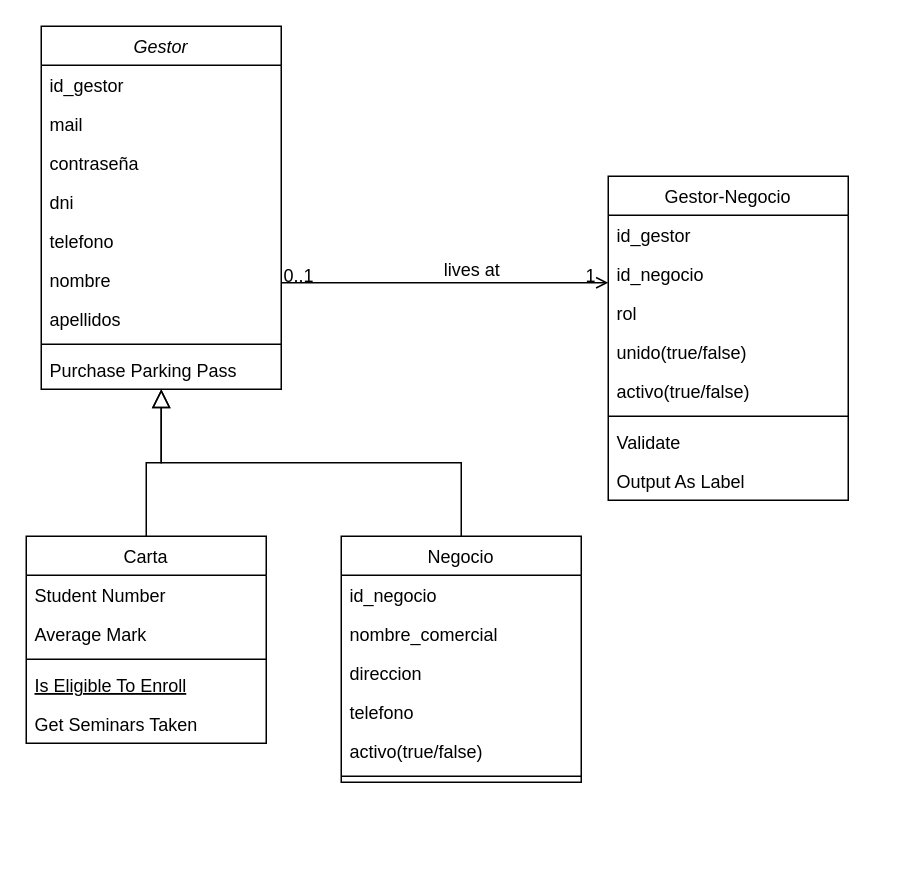
Above: Diagrama-clases_Cartapp.drawio in celia10335/Entorno_servidor (draw.io), before the change. Source tidied: cells renumbered, new cells numbered last; positions are measured from the earlier drawing's top-left corner, leaving out a move shared by most shapes. Both pictures are drawn from the tidied source at 150%, with x=0, y=0 at pixel (26, 26).
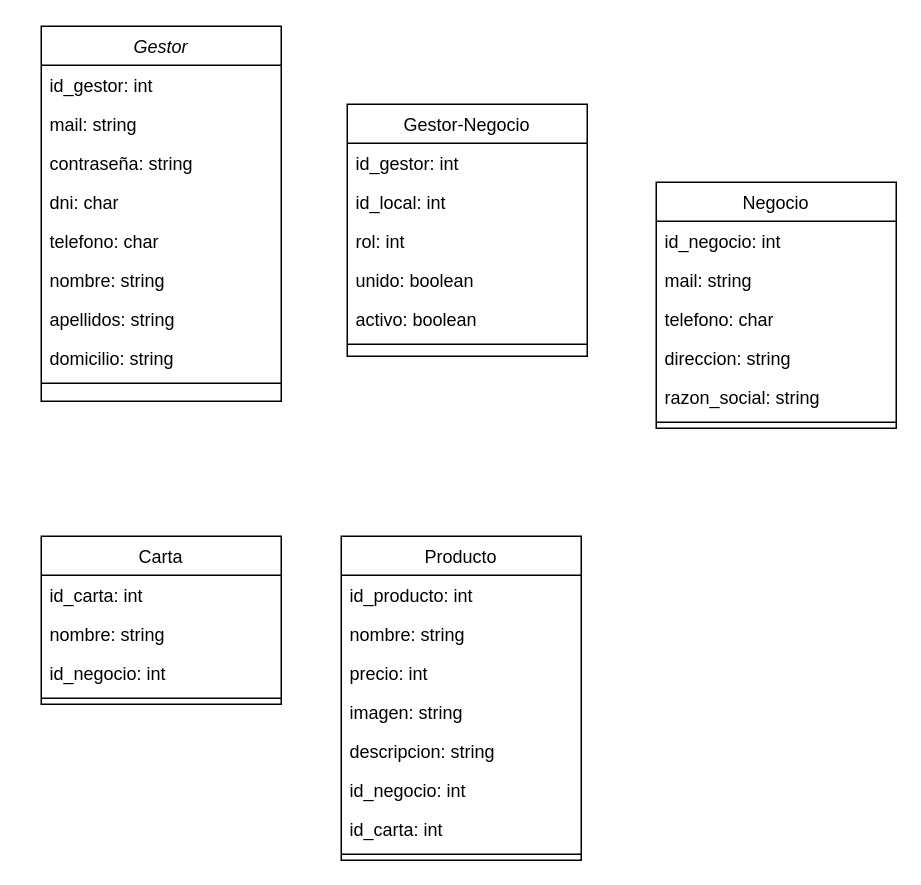
The same diagram, later.

Diff of the diagram source:
```diff
@@
     <mxCell id="2" value="Gestor" style="swimlane;fontStyle=2;align=center;verticalAlign=top;horizontal=1;startSize=26;rounded=0;shadow=0;strokeWidth=1;" parent="1" vertex="1">
-      <mxGeometry x="10" width="160" height="242" as="geometry" />
+      <mxGeometry x="10" width="160" height="250" as="geometry" />
     </mxCell>
-    <mxCell id="3" value="id_gestor" style="text;align=left;verticalAlign=top;spacingLeft=4;spacingRight=4;overflow=hidden;" parent="2" vertex="1">
+    <mxCell id="3" value="id_gestor: int" style="text;align=left;verticalAlign=top;spacingLeft=4;spacingRight=4;overflow=hidden;" parent="2" vertex="1">
       <mxGeometry y="26" width="160" height="26" as="geometry" />
     </mxCell>
-    <mxCell id="4" value="mail" style="text;align=left;verticalAlign=top;spacingLeft=4;spacingRight=4;overflow=hidden;rounded=0;shadow=0;html=0;" parent="2" vertex="1">
+    <mxCell id="4" value="mail: string" style="text;align=left;verticalAlign=top;spacingLeft=4;spacingRight=4;overflow=hidden;rounded=0;shadow=0;html=0;" parent="2" vertex="1">
       <mxGeometry y="52" width="160" height="26" as="geometry" />
     </mxCell>
-    <mxCell id="5" value="contraseña" style="text;align=left;verticalAlign=top;spacingLeft=4;spacingRight=4;overflow=hidden;rounded=0;shadow=0;html=0;" parent="2" vertex="1">
+    <mxCell id="5" value="contraseña: string" style="text;align=left;verticalAlign=top;spacingLeft=4;spacingRight=4;overflow=hidden;rounded=0;shadow=0;html=0;" parent="2" vertex="1">
       <mxGeometry y="78" width="160" height="26" as="geometry" />
     </mxCell>
-    <mxCell id="6" value="dni" style="text;align=left;verticalAlign=top;spacingLeft=4;spacingRight=4;overflow=hidden;rounded=0;shadow=0;html=0;" parent="2" vertex="1">
+    <mxCell id="6" value="dni: char" style="text;align=left;verticalAlign=top;spacingLeft=4;spacingRight=4;overflow=hidden;rounded=0;shadow=0;html=0;" parent="2" vertex="1">
       <mxGeometry y="104" width="160" height="26" as="geometry" />
     </mxCell>
-    <mxCell id="7" value="telefono" style="text;align=left;verticalAlign=top;spacingLeft=4;spacingRight=4;overflow=hidden;rounded=0;shadow=0;html=0;" parent="2" vertex="1">
+    <mxCell id="7" value="telefono: char" style="text;align=left;verticalAlign=top;spacingLeft=4;spacingRight=4;overflow=hidden;rounded=0;shadow=0;html=0;" parent="2" vertex="1">
       <mxGeometry y="130" width="160" height="26" as="geometry" />
     </mxCell>
-    <mxCell id="8" value="nombre" style="text;align=left;verticalAlign=top;spacingLeft=4;spacingRight=4;overflow=hidden;rounded=0;shadow=0;html=0;" parent="2" vertex="1">
+    <mxCell id="8" value="nombre: string" style="text;align=left;verticalAlign=top;spacingLeft=4;spacingRight=4;overflow=hidden;rounded=0;shadow=0;html=0;" parent="2" vertex="1">
       <mxGeometry y="156" width="160" height="26" as="geometry" />
     </mxCell>
+    <mxCell id="40" value="apellidos: string" style="text;align=left;verticalAlign=top;spacingLeft=4;spacingRight=4;overflow=hidden;rounded=0;shadow=0;html=0;" parent="2" vertex="1">
+      <mxGeometry y="182" width="160" height="26" as="geometry" />
+    </mxCell>
-    <mxCell id="9" value="apellidos" style="text;align=left;verticalAlign=top;spacingLeft=4;spacingRight=4;overflow=hidden;rounded=0;shadow=0;html=0;" parent="2" vertex="1">
-      <mxGeometry y="182" width="160" height="26" as="geometry" />
+    <mxCell id="9" value="domicilio: string" style="text;align=left;verticalAlign=top;spacingLeft=4;spacingRight=4;overflow=hidden;rounded=0;shadow=0;html=0;" parent="2" vertex="1">
+      <mxGeometry y="208" width="160" height="26" as="geometry" />
     </mxCell>
     <mxCell id="10" style="line;html=1;strokeWidth=1;align=left;verticalAlign=middle;spacingTop=-1;spacingLeft=3;spacingRight=3;labelPosition=right;" parent="2" vertex="1">
-      <mxGeometry y="208" width="160" height="8" as="geometry" />
+      <mxGeometry y="234" width="160" height="8" as="geometry" />
     </mxCell>
-    <mxCell id="11" value="Purchase Parking Pass" style="text;align=left;verticalAlign=top;spacingLeft=4;spacingRight=4;overflow=hidden;" parent="2" vertex="1">
-      <mxGeometry y="216" width="160" height="26" as="geometry" />
-    </mxCell>
     <mxCell id="12" value="Carta" style="swimlane;fontStyle=0;align=center;verticalAlign=top;horizontal=1;startSize=26;rounded=0;shadow=0;strokeWidth=1;" parent="1" vertex="1">
-      <mxGeometry y="340" width="160" height="138" as="geometry" />
+      <mxGeometry x="10" y="340" width="160" height="112" as="geometry" />
     </mxCell>
-    <mxCell id="13" value="Student Number" style="text;align=left;verticalAlign=top;spacingLeft=4;spacingRight=4;overflow=hidden;" parent="12" vertex="1">
+    <mxCell id="13" value="id_carta: int" style="text;align=left;verticalAlign=top;spacingLeft=4;spacingRight=4;overflow=hidden;" parent="12" vertex="1">
       <mxGeometry y="26" width="160" height="26" as="geometry" />
     </mxCell>
-    <mxCell id="14" value="Average Mark" style="text;align=left;verticalAlign=top;spacingLeft=4;spacingRight=4;overflow=hidden;rounded=0;shadow=0;html=0;" parent="12" vertex="1">
+    <mxCell id="14" value="nombre: string" style="text;align=left;verticalAlign=top;spacingLeft=4;spacingRight=4;overflow=hidden;rounded=0;shadow=0;html=0;" parent="12" vertex="1">
       <mxGeometry y="52" width="160" height="26" as="geometry" />
     </mxCell>
+    <mxCell id="41" value="id_negocio: int" style="text;align=left;verticalAlign=top;spacingLeft=4;spacingRight=4;overflow=hidden;rounded=0;shadow=0;html=0;" parent="12" vertex="1">
+      <mxGeometry y="78" width="160" height="26" as="geometry" />
+    </mxCell>
     <mxCell id="15" style="line;html=1;strokeWidth=1;align=left;verticalAlign=middle;spacingTop=-1;spacingLeft=3;spacingRight=3;labelPosition=right;" parent="12" vertex="1">
-      <mxGeometry y="78" width="160" height="8" as="geometry" />
+      <mxGeometry y="104" width="160" height="8" as="geometry" />
     </mxCell>
-    <mxCell id="16" value="Is Eligible To Enroll" style="text;align=left;verticalAlign=top;spacingLeft=4;spacingRight=4;overflow=hidden;fontStyle=4;" parent="12" vertex="1">
-      <mxGeometry y="86" width="160" height="26" as="geometry" />
-    </mxCell>
-    <mxCell id="17" value="Get Seminars Taken" style="text;align=left;verticalAlign=top;spacingLeft=4;spacingRight=4;overflow=hidden;" parent="12" vertex="1">
-      <mxGeometry y="112" width="160" height="26" as="geometry" />
-    </mxCell>
-    <mxCell id="18" style="endArrow=block;endSize=10;endFill=0;shadow=0;strokeWidth=1;rounded=0;edgeStyle=elbowEdgeStyle;elbow=vertical;" parent="1" edge="1" source="12" target="2">
-      <mxGeometry relative="1" as="geometry" />
-    </mxCell>
     <mxCell id="19" value="Negocio" style="swimlane;fontStyle=0;align=center;verticalAlign=top;horizontal=1;startSize=26;rounded=0;shadow=0;strokeWidth=1;" parent="1" vertex="1">
-      <mxGeometry x="210" y="340" width="160" height="164" as="geometry" />
+      <mxGeometry x="420" y="104" width="160" height="164" as="geometry" />
     </mxCell>
-    <mxCell id="20" value="id_negocio" style="text;align=left;verticalAlign=top;spacingLeft=4;spacingRight=4;overflow=hidden;" parent="19" vertex="1">
+    <mxCell id="20" value="id_negocio: int" style="text;align=left;verticalAlign=top;spacingLeft=4;spacingRight=4;overflow=hidden;" parent="19" vertex="1">
       <mxGeometry y="26" width="160" height="26" as="geometry" />
     </mxCell>
-    <mxCell id="21" value="nombre_comercial" style="text;align=left;verticalAlign=top;spacingLeft=4;spacingRight=4;overflow=hidden;" parent="19" vertex="1">
+    <mxCell id="21" value="mail: string" style="text;align=left;verticalAlign=top;spacingLeft=4;spacingRight=4;overflow=hidden;" parent="19" vertex="1">
       <mxGeometry y="52" width="160" height="26" as="geometry" />
     </mxCell>
-    <mxCell id="22" value="direccion" style="text;align=left;verticalAlign=top;spacingLeft=4;spacingRight=4;overflow=hidden;" parent="19" vertex="1">
-      <mxGeometry y="78" width="160" height="26" as="geometry" />
-    </mxCell>
-    <mxCell id="23" value="telefono" style="text;align=left;verticalAlign=top;spacingLeft=4;spacingRight=4;overflow=hidden;" parent="19" vertex="1">
-      <mxGeometry y="104" width="160" height="26" as="geometry" />
+    <mxCell id="23" value="telefono: char" style="text;align=left;verticalAlign=top;spacingLeft=4;spacingRight=4;overflow=hidden;" parent="19" vertex="1">
+      <mxGeometry y="78" width="160" height="26" as="geometry" />
     </mxCell>
-    <mxCell id="24" value="activo(true/false)" style="text;align=left;verticalAlign=top;spacingLeft=4;spacingRight=4;overflow=hidden;" parent="19" vertex="1">
-      <mxGeometry y="130" width="160" height="26" as="geometry" />
-    </mxCell>
+    <mxCell id="42" value="direccion: string" style="text;align=left;verticalAlign=top;spacingLeft=4;spacingRight=4;overflow=hidden;" parent="19" vertex="1">
+      <mxGeometry y="104" width="160" height="26" as="geometry" />
+    </mxCell>
+    <mxCell id="43" value="razon_social: string" style="text;align=left;verticalAlign=top;spacingLeft=4;spacingRight=4;overflow=hidden;" parent="19" vertex="1">
+      <mxGeometry y="130" width="160" height="26" as="geometry" />
+    </mxCell>
@@
-    <mxCell id="26" style="endArrow=block;endSize=10;endFill=0;shadow=0;strokeWidth=1;rounded=0;edgeStyle=elbowEdgeStyle;elbow=vertical;" parent="1" edge="1" source="19" target="2">
-      <mxGeometry relative="1" as="geometry" />
-    </mxCell>
     <mxCell id="27" value="Gestor-Negocio" style="swimlane;fontStyle=0;align=center;verticalAlign=top;horizontal=1;startSize=26;rounded=0;shadow=0;strokeWidth=1;" parent="1" vertex="1">
-      <mxGeometry x="388" y="100" width="160" height="216" as="geometry" />
+      <mxGeometry x="214" y="52" width="160" height="168" as="geometry" />
     </mxCell>
-    <mxCell id="28" value="id_gestor" style="text;align=left;verticalAlign=top;spacingLeft=4;spacingRight=4;overflow=hidden;" parent="27" vertex="1">
+    <mxCell id="28" value="id_gestor: int" style="text;align=left;verticalAlign=top;spacingLeft=4;spacingRight=4;overflow=hidden;" parent="27" vertex="1">
       <mxGeometry y="26" width="160" height="26" as="geometry" />
     </mxCell>
-    <mxCell id="29" value="id_negocio" style="text;align=left;verticalAlign=top;spacingLeft=4;spacingRight=4;overflow=hidden;rounded=0;shadow=0;html=0;" parent="27" vertex="1">
+    <mxCell id="29" value="id_local: int" style="text;align=left;verticalAlign=top;spacingLeft=4;spacingRight=4;overflow=hidden;rounded=0;shadow=0;html=0;" parent="27" vertex="1">
       <mxGeometry y="52" width="160" height="26" as="geometry" />
     </mxCell>
-    <mxCell id="30" value="rol" style="text;align=left;verticalAlign=top;spacingLeft=4;spacingRight=4;overflow=hidden;rounded=0;shadow=0;html=0;" parent="27" vertex="1">
+    <mxCell id="30" value="rol: int" style="text;align=left;verticalAlign=top;spacingLeft=4;spacingRight=4;overflow=hidden;rounded=0;shadow=0;html=0;" parent="27" vertex="1">
       <mxGeometry y="78" width="160" height="26" as="geometry" />
     </mxCell>
-    <mxCell id="31" value="unido(true/false)" style="text;align=left;verticalAlign=top;spacingLeft=4;spacingRight=4;overflow=hidden;rounded=0;shadow=0;html=0;" parent="27" vertex="1">
+    <mxCell id="31" value="unido: boolean" style="text;align=left;verticalAlign=top;spacingLeft=4;spacingRight=4;overflow=hidden;rounded=0;shadow=0;html=0;" parent="27" vertex="1">
       <mxGeometry y="104" width="160" height="26" as="geometry" />
     </mxCell>
-    <mxCell id="32" value="activo(true/false)" style="text;align=left;verticalAlign=top;spacingLeft=4;spacingRight=4;overflow=hidden;rounded=0;shadow=0;html=0;" parent="27" vertex="1">
+    <mxCell id="32" value="activo: boolean" style="text;align=left;verticalAlign=top;spacingLeft=4;spacingRight=4;overflow=hidden;rounded=0;shadow=0;html=0;" parent="27" vertex="1">
       <mxGeometry y="130" width="160" height="26" as="geometry" />
     </mxCell>
@@
-    <mxCell id="34" value="Validate" style="text;align=left;verticalAlign=top;spacingLeft=4;spacingRight=4;overflow=hidden;" parent="27" vertex="1">
-      <mxGeometry y="164" width="160" height="26" as="geometry" />
-    </mxCell>
-    <mxCell id="35" value="Output As Label" style="text;align=left;verticalAlign=top;spacingLeft=4;spacingRight=4;overflow=hidden;" parent="27" vertex="1">
-      <mxGeometry y="190" width="160" height="26" as="geometry" />
-    </mxCell>
-    <mxCell id="36" style="endArrow=open;shadow=0;strokeWidth=1;rounded=0;endFill=1;edgeStyle=elbowEdgeStyle;elbow=vertical;" parent="1" edge="1" source="2" target="27">
-      <mxGeometry x="0.5" y="41" relative="1" as="geometry">
-        <mxPoint x="-40" y="32" as="offset" />
-      </mxGeometry>
-    </mxCell>
-    <mxCell id="37" value="0..1" style="align=left;verticalAlign=bottom;labelBackgroundColor=none;fontSize=12;" parent="36" vertex="1">
-      <mxGeometry x="-1" relative="1" as="geometry">
-        <mxPoint y="4" as="offset" />
-      </mxGeometry>
-    </mxCell>
-    <mxCell id="38" value="1" style="align=right;verticalAlign=bottom;labelBackgroundColor=none;fontSize=12;" parent="36" vertex="1">
-      <mxGeometry x="1" relative="1" as="geometry">
-        <mxPoint x="-7" y="4" as="offset" />
-      </mxGeometry>
-    </mxCell>
-    <mxCell id="39" value="lives at" style="text;html=1;align=center;verticalAlign=middle;labelBackgroundColor=none;rounded=0;shadow=0;strokeWidth=1;fontSize=12;" parent="36" vertex="1">
-      <mxGeometry x="0.5" y="49" relative="1" as="geometry">
-        <mxPoint x="-38" y="40" as="offset" />
-      </mxGeometry>
-    </mxCell>
+    <mxCell id="44" value="Producto" style="swimlane;fontStyle=0;align=center;verticalAlign=top;horizontal=1;startSize=26;rounded=0;shadow=0;strokeWidth=1;" parent="1" vertex="1">
+      <mxGeometry x="210" y="340" width="160" height="216" as="geometry" />
+    </mxCell>
+    <mxCell id="45" value="id_producto: int" style="text;align=left;verticalAlign=top;spacingLeft=4;spacingRight=4;overflow=hidden;" parent="44" vertex="1">
+      <mxGeometry y="26" width="160" height="26" as="geometry" />
+    </mxCell>
+    <mxCell id="46" value="nombre: string" style="text;align=left;verticalAlign=top;spacingLeft=4;spacingRight=4;overflow=hidden;rounded=0;shadow=0;html=0;" parent="44" vertex="1">
+      <mxGeometry y="52" width="160" height="26" as="geometry" />
+    </mxCell>
+    <mxCell id="47" value="precio: int" style="text;align=left;verticalAlign=top;spacingLeft=4;spacingRight=4;overflow=hidden;rounded=0;shadow=0;html=0;" parent="44" vertex="1">
+      <mxGeometry y="78" width="160" height="26" as="geometry" />
+    </mxCell>
+    <mxCell id="48" value="imagen: string" style="text;align=left;verticalAlign=top;spacingLeft=4;spacingRight=4;overflow=hidden;rounded=0;shadow=0;html=0;" parent="44" vertex="1">
+      <mxGeometry y="104" width="160" height="26" as="geometry" />
+    </mxCell>
+    <mxCell id="49" value="descripcion: string" style="text;align=left;verticalAlign=top;spacingLeft=4;spacingRight=4;overflow=hidden;rounded=0;shadow=0;html=0;" parent="44" vertex="1">
+      <mxGeometry y="130" width="160" height="26" as="geometry" />
+    </mxCell>
+    <mxCell id="50" value="id_negocio: int" style="text;align=left;verticalAlign=top;spacingLeft=4;spacingRight=4;overflow=hidden;rounded=0;shadow=0;html=0;" parent="44" vertex="1">
+      <mxGeometry y="156" width="160" height="26" as="geometry" />
+    </mxCell>
+    <mxCell id="51" value="id_carta: int" style="text;align=left;verticalAlign=top;spacingLeft=4;spacingRight=4;overflow=hidden;rounded=0;shadow=0;html=0;" parent="44" vertex="1">
+      <mxGeometry y="182" width="160" height="26" as="geometry" />
+    </mxCell>
+    <mxCell id="52" style="line;html=1;strokeWidth=1;align=left;verticalAlign=middle;spacingTop=-1;spacingLeft=3;spacingRight=3;labelPosition=right;" parent="44" vertex="1">
+      <mxGeometry y="208" width="160" height="8" as="geometry" />
+    </mxCell>
```
